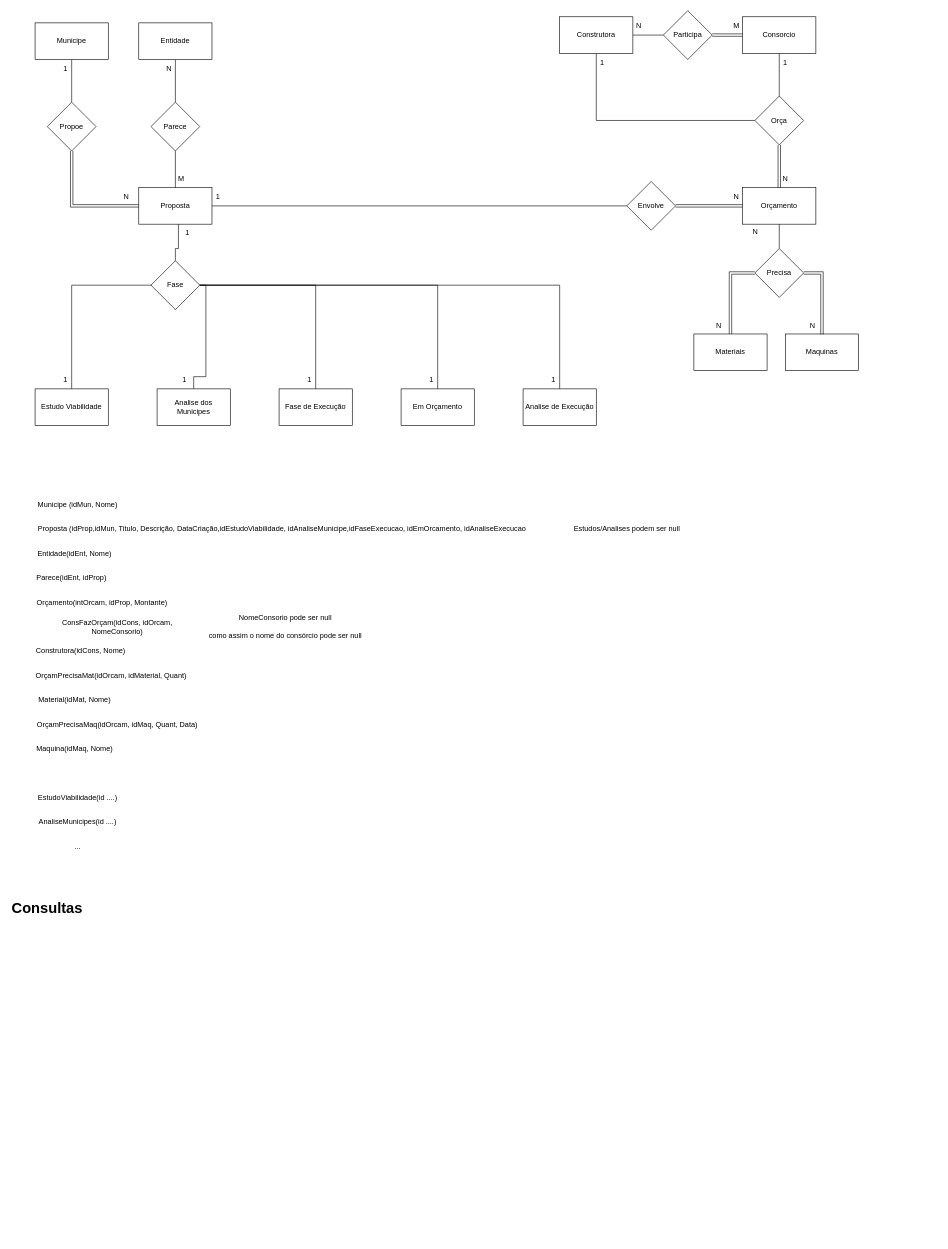
Above: TrabalhoFinal.drawio in Nuno-Goncalves1/Sql-ER (draw.io), before the change. Source tidied: cells renumbered, new cells numbered last; positions are measured from the earlier drawing's top-left corner, leaving out a move shared by most shapes. Both pictures are drawn from the tidied source at 61%, with x=0, y=0 at pixel (10, 10).
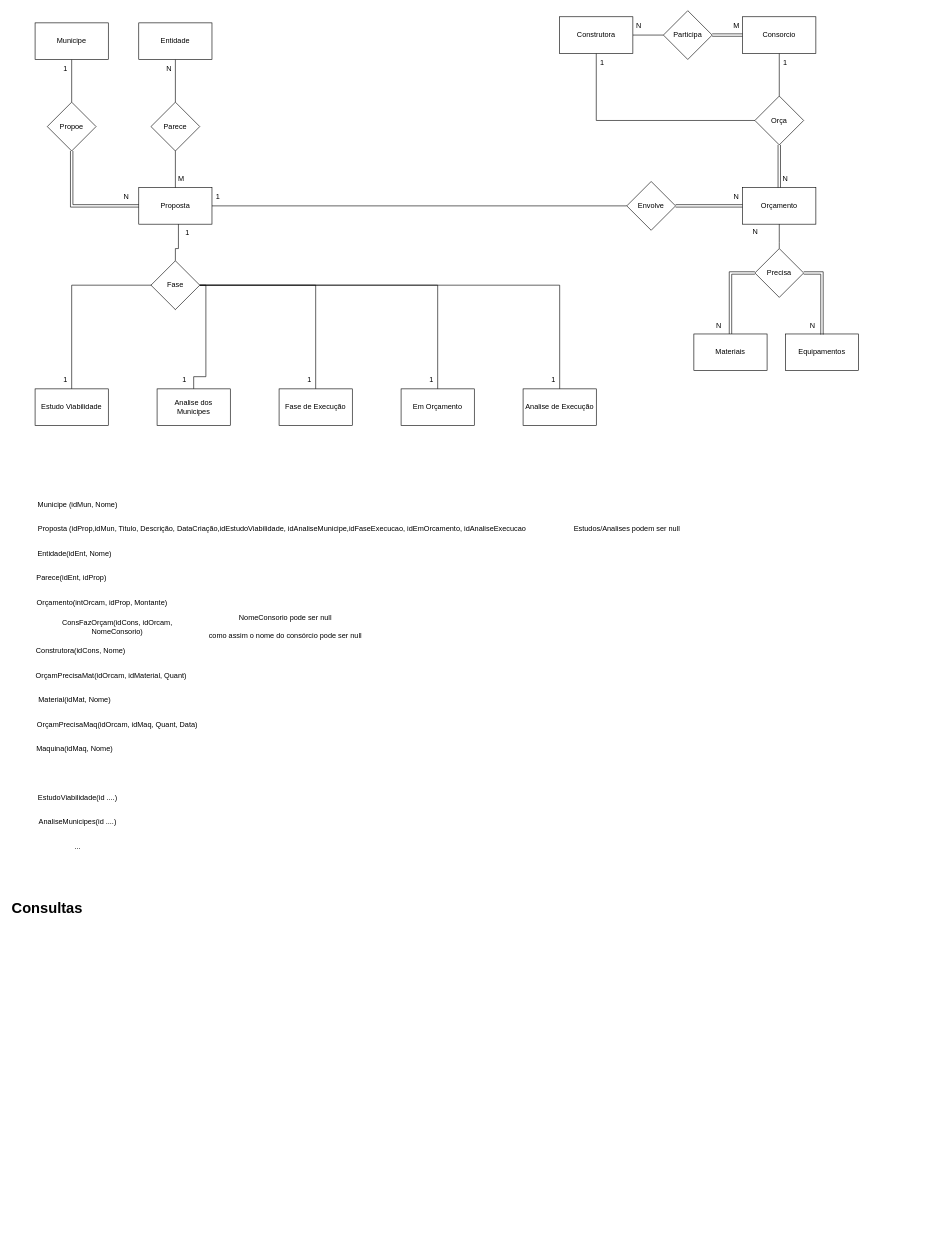
Above is the later version.

Change to the diagram source:
```diff
@@
-    <mxCell id="29" value="Maquinas" style="rounded=0;whiteSpace=wrap;html=1;" parent="1" vertex="1">
+    <mxCell id="29" value="Equipamentos" style="rounded=0;whiteSpace=wrap;html=1;" parent="1" vertex="1">
       <mxGeometry x="1270" y="530" width="120" height="60" as="geometry" />
     </mxCell>
```
